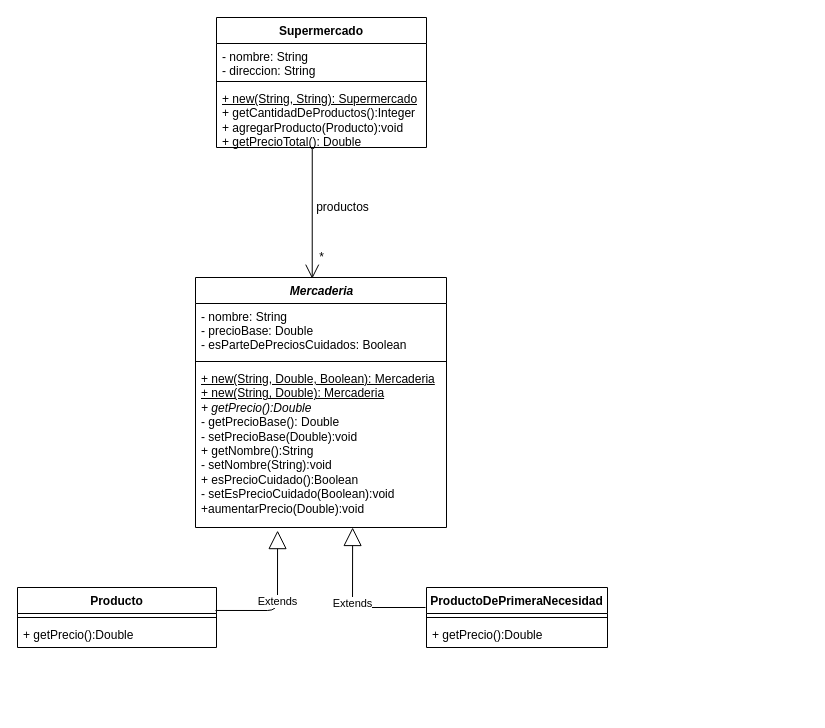
Earlier version of the draw.io diagram UML/Supermercado.drawio (lizgasanol/unqui-po2-gasanol). Source tidied: cells renumbered, new cells numbered last; positions are measured from the earlier drawing's top-left corner, leaving out a move shared by most shapes. Both pictures are drawn from the tidied source at 100%, with x=0, y=0 at pixel (17, 17).
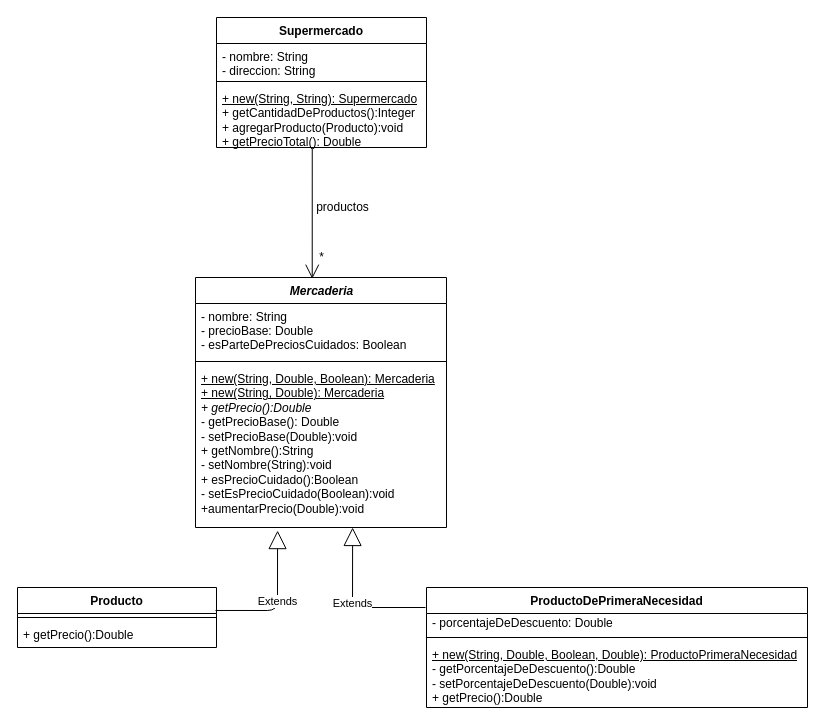
Above is the later version.

Diff of the diagram source:
```diff
@@
     <mxCell id="13" value="ProductoDePrimeraNecesidad" style="swimlane;fontStyle=1;align=center;verticalAlign=top;horizontal=1;startSize=26;" parent="1" vertex="1">
-      <mxGeometry x="409" y="570" width="181" height="60" as="geometry" />
+      <mxGeometry x="409" y="570" width="381" height="120" as="geometry" />
     </mxCell>
+    <mxCell id="21" value="- porcentajeDeDescuento: Double" style="text;html=1;align=left;verticalAlign=middle;spacingLeft=4;spacingRight=4;" parent="13" vertex="1">
+      <mxGeometry y="26" width="381" height="20" as="geometry" />
+    </mxCell>
     <mxCell id="14" style="line;strokeWidth=1;fillColor=none;align=left;verticalAlign=middle;spacingTop=-1;spacingLeft=3;spacingRight=3;labelPosition=right;" parent="13" vertex="1">
-      <mxGeometry y="26" width="181" height="8" as="geometry" />
+      <mxGeometry y="46" width="381" height="8" as="geometry" />
     </mxCell>
-    <mxCell id="15" value="+ getPrecio():Double" style="text;strokeColor=none;fillColor=none;align=left;verticalAlign=top;spacingLeft=4;spacingRight=4;overflow=hidden;" parent="13" vertex="1">
-      <mxGeometry y="34" width="181" height="26" as="geometry" />
+    <mxCell id="15" value="&lt;u&gt;+ new(String, Double, Boolean, Double): ProductoPrimeraNecesidad&lt;br&gt;&lt;/u&gt;- getPorcentajeDeDescuento():Double&lt;br&gt;- setPorcentajeDeDescuento(Double):void&lt;br&gt;+ getPrecio():Double" style="text;strokeColor=none;fillColor=none;align=left;verticalAlign=top;spacingLeft=4;spacingRight=4;overflow=hidden;html=1;" parent="13" vertex="1">
+      <mxGeometry y="54" width="381" height="66" as="geometry" />
     </mxCell>
```
